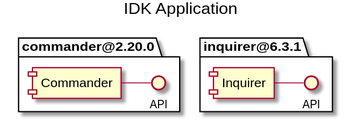
The PlantUML diagram doc/uml/cli/open/IDKApplication.svg in imazzine/design, before a commit.
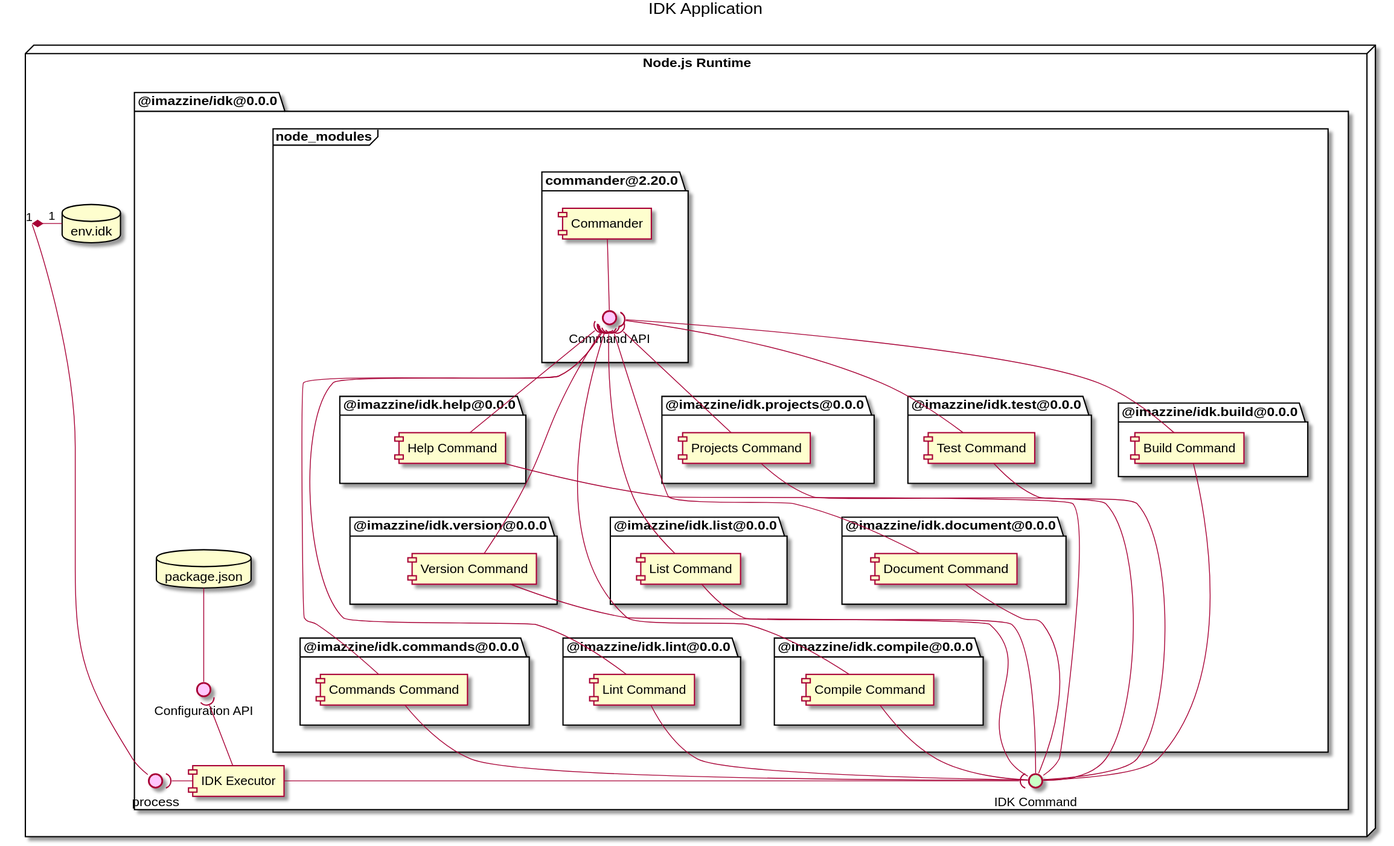
After the change.

The edit, as a diff of the source:
```diff
@@ -1,15 +1,100 @@
 @startuml IDKApplication
     title IDK Application
 
-    package "commander@2.20.0" as CommanderPackage {
-        component "Commander" as CommanderComponent [[https://www.npmjs.com/package/commander]]
-        interface "API" as CommanderAPI [[https://www.npmjs.com/package/commander]]
-        CommanderComponent - CommanderAPI
+    node "Node.js Runtime" as NodeJS {
+        database "env.idk" as Environment [[./Environment.svg]]
+        NodeJS "1" *- "1" Environment
+        package "@imazzine/idk@0.0.0" as idkPackage {
+            interface "IDK Command" as IDKCommandInterface [[./IDKCommandInterface.svg]] #c9ffc7
+            frame "node_modules" as node_modules {
+
+                package "commander@2.20.0" as CommanderPackage {
+                    component "Commander" as CommanderComponent [[https://www.npmjs.com/package/commander]]
+                    interface "Command API" as CommandAPI [[http://tj.github.io/commander.js/#Command]] #ffc7fd
+                    CommanderComponent -- CommandAPI
+                }
+
+                package "@imazzine/idk.help@0.0.0" as HelpPackage {
+                    component "Help Command" as HelpCommand [[./HelpCommand.svg]]
+                    CommandAPI )-- HelpCommand
+                    HelpCommand -- IDKCommandInterface
+                }
+                CommanderPackage -[hidden]- HelpPackage
+
+                package "@imazzine/idk.version@0.0.0" as VersionPackage {
+                    component "Version Command" as VersionCommand [[./VersionCommand.svg]]
+                    CommandAPI )-- VersionCommand
+                    VersionCommand -- IDKCommandInterface
+                }
+                HelpPackage -[hidden]- VersionPackage
+
+                package "@imazzine/idk.commands@0.0.0" as CommandsPackage {
+                    component "Commands Command" as CommandsCommand [[./CommandsCommand.svg]]
+                    CommandAPI )-- CommandsCommand
+                    CommandsCommand -- IDKCommandInterface
+                }
+                VersionPackage -[hidden]- CommandsPackage
+
+                package "@imazzine/idk.projects@0.0.0" as ProjectsPackage {
+                    component "Projects Command" as ProjectsCommand [[./ProjectsCommand.svg]]
+                    CommandAPI )-- ProjectsCommand
+                    ProjectsCommand -- IDKCommandInterface
+                }
+                CommanderPackage -[hidden]- ProjectsPackage
+
+                package "@imazzine/idk.list@0.0.0" as ListPackage {
+                    component "List Command" as ListCommand [[./ListCommand.svg]]
+                    CommandAPI )-- ListCommand
+                    ListCommand -- IDKCommandInterface
+                }
+                ProjectsPackage -[hidden]- ListPackage
+
+                package "@imazzine/idk.lint@0.0.0" as LintPackage {
+                    component "Lint Command" as LintCommand [[./LintCommand.svg]]
+                    CommandAPI )-- LintCommand
+                    LintCommand -- IDKCommandInterface
+                }
+                ListPackage -[hidden]- LintPackage
+
+                package "@imazzine/idk.test@0.0.0" as TestPackage {
+                    component "Test Command" as TestCommand [[./TestCommand.svg]]
+                    CommandAPI )-- TestCommand
+                    TestCommand -- IDKCommandInterface
+                }
+                CommanderPackage -[hidden]- TestPackage
+
+                package "@imazzine/idk.document@0.0.0" as DocumentPackage {
+                    component "Document Command" as DocumentCommand [[./DocumentCommand.svg]]
+                    CommandAPI )-- DocumentCommand
+                    DocumentCommand -- IDKCommandInterface
+                }
+                TestPackage -[hidden]- DocumentPackage
+
+                package "@imazzine/idk.compile@0.0.0" as CompilePackage {
+                    component "Compile Command" as CompileCommand [[./CompileCommand.svg]]
+                    CommandAPI )-- CompileCommand
+                    CompileCommand -- IDKCommandInterface
+                }
+                DocumentPackage -[hidden]- CompilePackage
+
+                package "@imazzine/idk.build@0.0.0" as BuildPackage {
+                    component "Build Command" as BuildCommand [[./BuildCommand.svg]]
+                    CommandAPI )-- BuildCommand
+                    BuildCommand -- IDKCommandInterface
+                }
+            }
+            database "package.json" as ConfigurationDB
+            interface "Configuration API" as ConfigurationAPI [[./ConfigurationAPI.svg]] #ffc7fd
+            ConfigurationDB -- ConfigurationAPI
+
+            interface "process" as process [[https://nodejs.org/dist/latest-v10.x/docs/api/process.html]] #ffc7fd
+
+            component "IDK Executor" as IDKExecutor [[./IDKExecutor.svg]]
+            ConfigurationAPI )-- IDKExecutor
+            IDKExecutor -( IDKCommandInterface
+            process )- IDKExecutor
+
+        }
     }
-
-    package "inquirer@6.3.1" as InquirerPackage {
-        component "Inquirer" as InquirerComponent [[https://www.npmjs.com/package/inquirer]]
-        interface "API" as InquirerAPI [[https://www.npmjs.com/package/inquirer]]
-        InquirerComponent - InquirerAPI
-    }
+    NodeJS -- process
 @enduml
```
